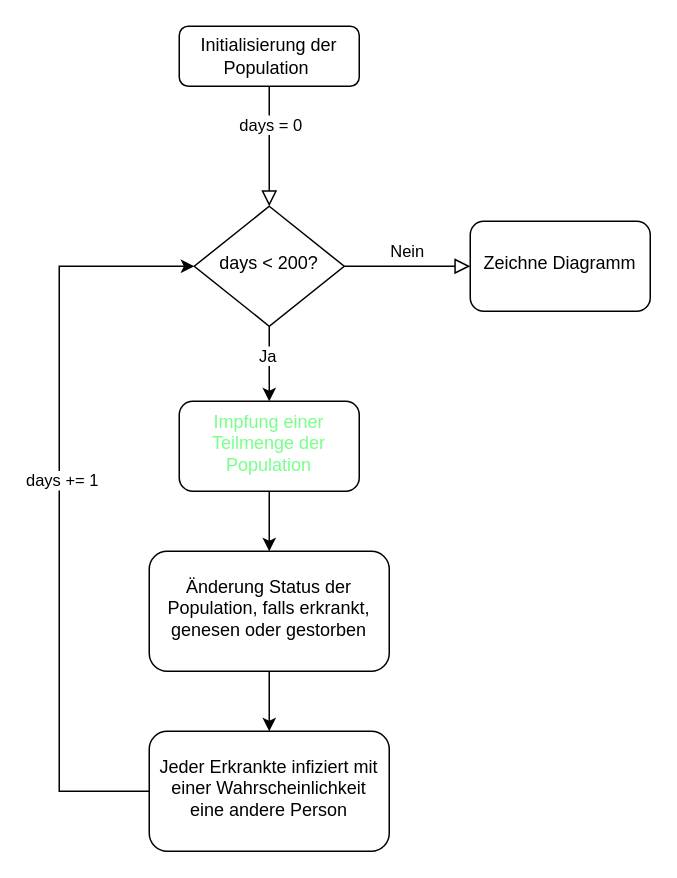
Above: Flowchart.drawio in Garitz/Flowchart_statistic (draw.io), before the change. Source tidied: cells renumbered, new cells numbered last; positions are measured from the earlier drawing's top-left corner, leaving out a move shared by most shapes. Both pictures are drawn from the tidied source at 150%, with x=0, y=0 at pixel (58, 26).
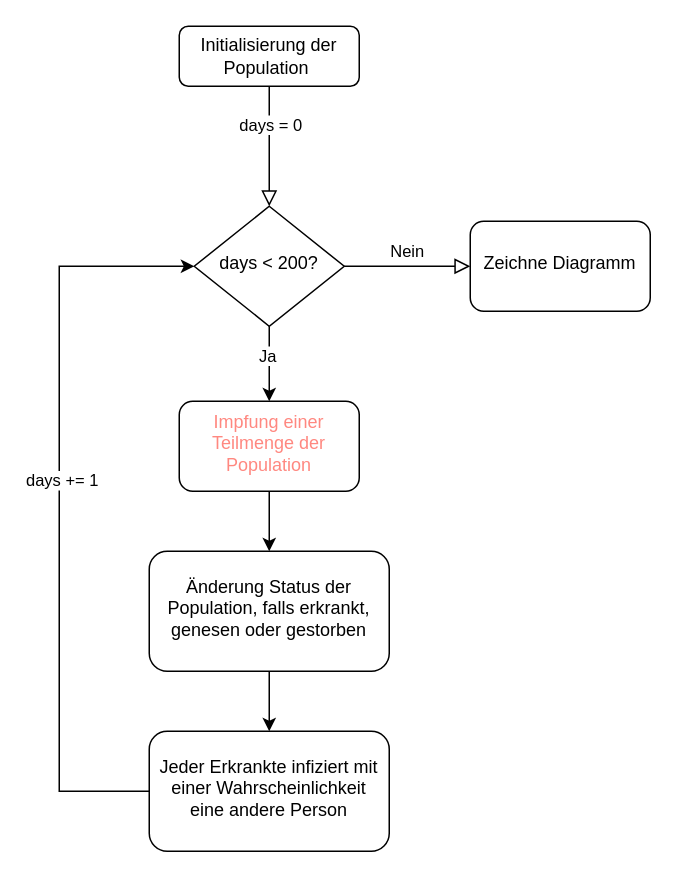
Above is the later version.

Diff of the diagram source:
```diff
@@
 <mxGraphModel>
   <root>
     <mxCell id="0" />
     <mxCell id="1" parent="0" />
     <mxCell id="2" style="rounded=0;html=1;jettySize=auto;fontSize=11;endArrow=block;endFill=0;endSize=8;strokeWidth=1;shadow=0;labelBackgroundColor=none;edgeStyle=orthogonalEdgeStyle;" parent="1" edge="1" source="4" target="8">
       <mxGeometry relative="1" as="geometry" />
     </mxCell>
     <mxCell id="3" value="days = 0" style="edgeLabel;html=1;align=center;verticalAlign=middle;" parent="2" vertex="1">
       <mxGeometry x="-0.37" relative="1" as="geometry" />
     </mxCell>
     <mxCell id="4" value="Initialisierung der Population&amp;nbsp;" style="rounded=1;whiteSpace=wrap;html=1;fontSize=12;glass=0;strokeWidth=1;shadow=0;" parent="1" vertex="1">
       <mxGeometry x="80" width="120" height="40" as="geometry" />
     </mxCell>
     <mxCell id="5" value="Nein" style="edgeStyle=orthogonalEdgeStyle;rounded=0;html=1;jettySize=auto;fontSize=11;endArrow=block;endFill=0;endSize=8;strokeWidth=1;shadow=0;labelBackgroundColor=none;entryX=0;entryY=0.5;entryDx=0;entryDy=0;" parent="1" edge="1" source="8" target="9">
       <mxGeometry y="10" relative="1" as="geometry" />
     </mxCell>
     <mxCell id="6" style="edgeStyle=orthogonalEdgeStyle;rounded=0;jettySize=auto;html=1;" parent="1" edge="1" source="8" target="11">
       <mxGeometry relative="1" as="geometry" />
     </mxCell>
     <mxCell id="7" value="Ja" style="edgeLabel;html=1;align=center;verticalAlign=middle;" parent="6" vertex="1">
       <mxGeometry x="-0.23" y="-2" relative="1" as="geometry" />
     </mxCell>
     <mxCell id="8" value="days &amp;lt; 200?" style="rhombus;whiteSpace=wrap;html=1;shadow=0;fontFamily=Helvetica;fontSize=12;align=center;strokeWidth=1;spacing=6;spacingTop=-4;" parent="1" vertex="1">
       <mxGeometry x="90" y="120" width="100" height="80" as="geometry" />
     </mxCell>
     <mxCell id="9" value="Zeichne Diagramm" style="rounded=1;whiteSpace=wrap;html=1;shadow=0;strokeWidth=1;spacing=6;spacingTop=-4;" parent="1" vertex="1">
       <mxGeometry x="274" y="130" width="120" height="60" as="geometry" />
     </mxCell>
     <mxCell id="10" style="edgeStyle=orthogonalEdgeStyle;rounded=0;jettySize=auto;html=1;" parent="1" edge="1" source="11" target="13">
       <mxGeometry relative="1" as="geometry" />
     </mxCell>
-    <mxCell id="11" value="&lt;font color=&quot;#78ff8a&quot;&gt;Impfung einer Teilmenge der Population&lt;/font&gt;" style="rounded=1;whiteSpace=wrap;html=1;shadow=0;strokeWidth=1;spacing=6;spacingTop=-4;" parent="1" vertex="1">
+    <mxCell id="11" value="&lt;font color=&quot;#ff8880&quot;&gt;Impfung einer Teilmenge der Population&lt;/font&gt;" style="rounded=1;whiteSpace=wrap;html=1;shadow=0;strokeWidth=1;spacing=6;spacingTop=-4;" parent="1" vertex="1">
       <mxGeometry x="80" y="250" width="120" height="60" as="geometry" />
     </mxCell>
     <mxCell id="12" style="edgeStyle=orthogonalEdgeStyle;rounded=0;jettySize=auto;html=1;" parent="1" edge="1" source="13" target="16">
       <mxGeometry relative="1" as="geometry" />
     </mxCell>
     <mxCell id="13" value="Änderung Status der Population, falls erkrankt, genesen oder gestorben" style="rounded=1;whiteSpace=wrap;html=1;shadow=0;strokeWidth=1;spacing=6;spacingTop=-4;" parent="1" vertex="1">
       <mxGeometry x="60" y="350" width="160" height="80" as="geometry" />
     </mxCell>
     <mxCell id="14" style="edgeStyle=orthogonalEdgeStyle;rounded=0;jettySize=auto;html=1;entryX=0;entryY=0.5;entryDx=0;entryDy=0;" parent="1" edge="1" source="16" target="8">
       <mxGeometry relative="1" as="geometry">
         <Array as="points">
           <mxPoint y="510" />
           <mxPoint y="160" />
         </Array>
       </mxGeometry>
     </mxCell>
     <mxCell id="15" value="days += 1" style="edgeLabel;html=1;align=center;verticalAlign=middle;" parent="14" vertex="1">
       <mxGeometry x="0.07" y="-1" relative="1" as="geometry" />
     </mxCell>
     <mxCell id="16" value="Jeder Erkrankte infiziert mit einer Wahrscheinlichkeit eine andere Person" style="rounded=1;whiteSpace=wrap;html=1;shadow=0;strokeWidth=1;spacing=6;spacingTop=-4;" parent="1" vertex="1">
       <mxGeometry x="60" y="470" width="160" height="80" as="geometry" />
     </mxCell>
   </root>
 </mxGraphModel>
```
